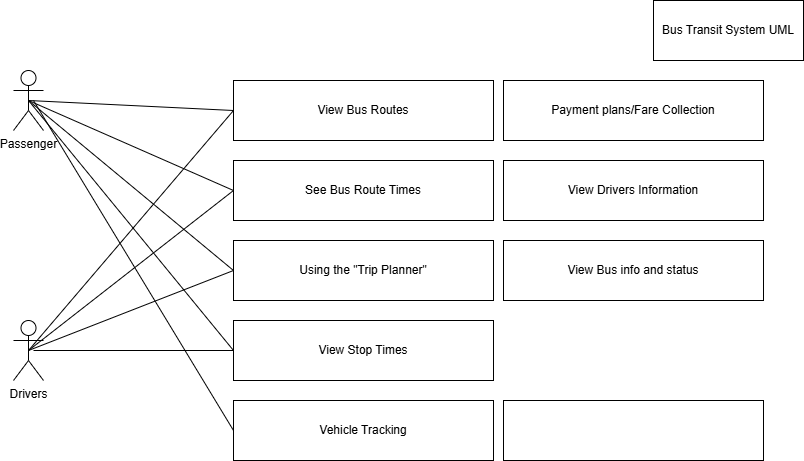
Above: UML Use Case - Bus Project.drawio.png in Krish123git/CSE111BusSchduleProj.UCM (draw.io), before the change. Source tidied: cells renumbered, new cells last; positions are measured from the earlier drawing's top-left corner, leaving out a move shared by most shapes.
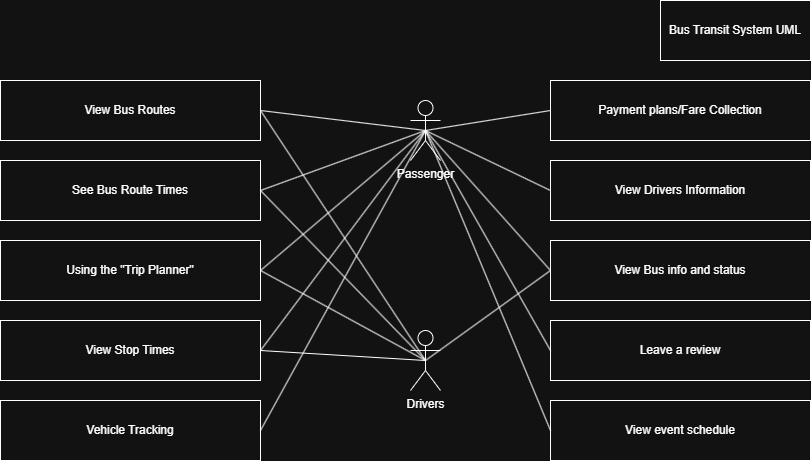
The same diagram one commit later.

Commit message:
Newer UML version

Change to the diagram source:
```diff
@@ -3,61 +3,55 @@
     <mxCell id="0" />
     <mxCell id="1" parent="0" />
     <mxCell id="2" value="Passenger" style="shape=umlActor;verticalLabelPosition=bottom;verticalAlign=top;html=1;outlineConnect=0;" parent="1" vertex="1">
-      <mxGeometry y="70" width="30" height="60" as="geometry" />
+      <mxGeometry x="350" y="100" width="30" height="60" as="geometry" />
     </mxCell>
     <mxCell id="3" value="Drivers" style="shape=umlActor;verticalLabelPosition=bottom;verticalAlign=top;html=1;outlineConnect=0;" parent="1" vertex="1">
-      <mxGeometry y="320" width="30" height="60" as="geometry" />
+      <mxGeometry x="350" y="330" width="30" height="60" as="geometry" />
     </mxCell>
     <mxCell id="4" value="View Bus Routes" style="rounded=0;whiteSpace=wrap;html=1;" parent="1" vertex="1">
-      <mxGeometry x="220" y="80" width="260" height="60" as="geometry" />
+      <mxGeometry x="-60" y="80" width="260" height="60" as="geometry" />
     </mxCell>
-    <mxCell id="5" style="endArrow=none;html=1;rounded=0;entryX=0;entryY=0.5;entryDx=0;entryDy=0;exitX=0.5;exitY=0.5;exitDx=0;exitDy=0;exitPerimeter=0;" parent="1" edge="1" source="3" target="4">
+    <mxCell id="5" style="endArrow=none;html=1;rounded=0;entryX=1;entryY=0.5;entryDx=0;entryDy=0;exitX=0.5;exitY=0.5;exitDx=0;exitDy=0;exitPerimeter=0;" parent="1" edge="1" source="3" target="4">
       <mxGeometry relative="1" as="geometry" />
     </mxCell>
-    <mxCell id="6" style="endArrow=none;html=1;rounded=0;entryX=0;entryY=0.5;entryDx=0;entryDy=0;exitX=0.5;exitY=0.5;exitDx=0;exitDy=0;exitPerimeter=0;" parent="1" edge="1" source="2" target="4">
+    <mxCell id="6" style="endArrow=none;html=1;rounded=0;exitX=0.5;exitY=0.5;exitDx=0;exitDy=0;exitPerimeter=0;entryX=1;entryY=0.5;entryDx=0;entryDy=0;" parent="1" edge="1" source="2" target="4">
       <mxGeometry relative="1" as="geometry" />
     </mxCell>
     <mxCell id="7" value="Using the &quot;Trip Planner&quot;" style="rounded=0;whiteSpace=wrap;html=1;" parent="1" vertex="1">
-      <mxGeometry x="220" y="240" width="260" height="60" as="geometry" />
+      <mxGeometry x="-60" y="240" width="260" height="60" as="geometry" />
     </mxCell>
     <mxCell id="8" value="See Bus Route Times" style="rounded=0;whiteSpace=wrap;html=1;" parent="1" vertex="1">
-      <mxGeometry x="220" y="160" width="260" height="60" as="geometry" />
+      <mxGeometry x="-60" y="160" width="260" height="60" as="geometry" />
     </mxCell>
-    <mxCell id="9" style="endArrow=none;html=1;rounded=0;entryX=0;entryY=0.5;entryDx=0;entryDy=0;exitX=0.5;exitY=0.5;exitDx=0;exitDy=0;exitPerimeter=0;" parent="1" edge="1" source="2" target="8">
+    <mxCell id="9" style="endArrow=none;html=1;rounded=0;entryX=1;entryY=0.5;entryDx=0;entryDy=0;exitX=0.5;exitY=0.5;exitDx=0;exitDy=0;exitPerimeter=0;" parent="1" edge="1" source="2" target="8">
       <mxGeometry relative="1" as="geometry" />
     </mxCell>
-    <mxCell id="10" style="endArrow=none;html=1;rounded=0;entryX=0.5;entryY=0.5;entryDx=0;entryDy=0;entryPerimeter=0;exitX=0;exitY=0.5;exitDx=0;exitDy=0;" parent="1" edge="1" source="7" target="2">
+    <mxCell id="10" style="endArrow=none;html=1;rounded=0;entryX=0.5;entryY=0.5;entryDx=0;entryDy=0;entryPerimeter=0;exitX=1;exitY=0.5;exitDx=0;exitDy=0;" parent="1" edge="1" source="7" target="2">
       <mxGeometry relative="1" as="geometry" />
     </mxCell>
-    <mxCell id="11" style="endArrow=none;html=1;rounded=0;entryX=0;entryY=0.5;entryDx=0;entryDy=0;exitX=0.5;exitY=0.5;exitDx=0;exitDy=0;exitPerimeter=0;" parent="1" edge="1" source="3" target="8">
+    <mxCell id="11" style="endArrow=none;html=1;rounded=0;entryX=1;entryY=0.5;entryDx=0;entryDy=0;exitX=0.5;exitY=0.5;exitDx=0;exitDy=0;exitPerimeter=0;" parent="1" edge="1" source="3" target="8">
       <mxGeometry relative="1" as="geometry" />
     </mxCell>
-    <mxCell id="12" style="endArrow=none;html=1;rounded=0;exitX=0.5;exitY=0.5;exitDx=0;exitDy=0;exitPerimeter=0;entryX=0;entryY=0.5;entryDx=0;entryDy=0;" parent="1" edge="1" source="3" target="7">
+    <mxCell id="12" style="endArrow=none;html=1;rounded=0;exitX=0.5;exitY=0.5;exitDx=0;exitDy=0;exitPerimeter=0;entryX=1;entryY=0.5;entryDx=0;entryDy=0;" parent="1" edge="1" source="3" target="7">
       <mxGeometry relative="1" as="geometry" />
     </mxCell>
     <mxCell id="13" value="Bus Transit System UML" style="rounded=0;whiteSpace=wrap;html=1;" parent="1" vertex="1">
-      <mxGeometry x="640" width="150" height="60" as="geometry" />
+      <mxGeometry x="600" width="150" height="60" as="geometry" />
     </mxCell>
     <mxCell id="14" value="View Stop Times" style="rounded=0;whiteSpace=wrap;html=1;" parent="1" vertex="1">
-      <mxGeometry x="220" y="320" width="260" height="60" as="geometry" />
+      <mxGeometry x="-60" y="320" width="260" height="60" as="geometry" />
     </mxCell>
-    <mxCell id="15" style="endArrow=none;html=1;rounded=0;exitX=0;exitY=0.5;exitDx=0;exitDy=0;entryX=0.5;entryY=0.5;entryDx=0;entryDy=0;entryPerimeter=0;" parent="1" edge="1" source="14" target="2">
+    <mxCell id="15" style="endArrow=none;html=1;rounded=0;exitX=1;exitY=0.5;exitDx=0;exitDy=0;entryX=0.5;entryY=0.5;entryDx=0;entryDy=0;entryPerimeter=0;" parent="1" edge="1" source="14" target="2">
       <mxGeometry relative="1" as="geometry" />
     </mxCell>
-    <mxCell id="16" style="endArrow=none;html=1;rounded=0;fontSize=12;startSize=8;endSize=8;curved=1;" parent="1" edge="1">
-      <mxGeometry relative="1" as="geometry">
-        <mxPoint x="20" y="350" as="sourcePoint" />
-        <mxPoint x="220" y="350" as="targetPoint" />
-      </mxGeometry>
+    <mxCell id="16" style="endArrow=none;html=1;rounded=0;fontSize=12;startSize=8;endSize=8;curved=1;exitX=0.5;exitY=0.5;exitDx=0;exitDy=0;exitPerimeter=0;entryX=1;entryY=0.5;entryDx=0;entryDy=0;" parent="1" edge="1" source="3" target="14">
+      <mxGeometry relative="1" as="geometry" />
     </mxCell>
     <mxCell id="17" value="Vehicle Tracking" style="rounded=0;whiteSpace=wrap;html=1;" parent="1" vertex="1">
-      <mxGeometry x="220" y="400" width="260" height="60" as="geometry" />
+      <mxGeometry x="-60" y="400" width="260" height="60" as="geometry" />
     </mxCell>
-    <mxCell id="18" style="endArrow=none;html=1;rounded=0;" parent="1" edge="1">
-      <mxGeometry relative="1" as="geometry">
-        <mxPoint x="220" y="430" as="sourcePoint" />
-        <mxPoint x="20" y="100" as="targetPoint" />
-      </mxGeometry>
+    <mxCell id="18" style="endArrow=none;html=1;rounded=0;entryX=0.5;entryY=0.5;entryDx=0;entryDy=0;entryPerimeter=0;exitX=1;exitY=0.5;exitDx=0;exitDy=0;" parent="1" edge="1" source="17" target="2">
+      <mxGeometry relative="1" as="geometry" />
     </mxCell>
     <mxCell id="19" value="Payment plans/Fare Collection" style="rounded=0;whiteSpace=wrap;html=1;" parent="1" vertex="1">
       <mxGeometry x="490" y="80" width="260" height="60" as="geometry" />
@@ -68,8 +62,29 @@
     <mxCell id="21" value="View Bus info and status" style="rounded=0;whiteSpace=wrap;html=1;" parent="1" vertex="1">
       <mxGeometry x="490" y="240" width="260" height="60" as="geometry" />
     </mxCell>
-    <mxCell id="22" style="rounded=0;whiteSpace=wrap;html=1;" parent="1" vertex="1">
-      <mxGeometry x="490" y="400" width="260" height="60" as="geometry" />
+    <mxCell id="22" value="Leave a review" style="rounded=0;whiteSpace=wrap;html=1;" parent="1" vertex="1">
+      <mxGeometry x="490" y="320" width="260" height="60" as="geometry" />
     </mxCell>
+    <mxCell id="23" style="endArrow=none;html=1;rounded=0;exitX=0;exitY=0.5;exitDx=0;exitDy=0;entryX=0.5;entryY=0.5;entryDx=0;entryDy=0;entryPerimeter=0;" parent="1" edge="1" source="19" target="2">
+      <mxGeometry relative="1" as="geometry" />
+    </mxCell>
+    <mxCell id="24" style="endArrow=none;html=1;rounded=0;exitX=0;exitY=0.5;exitDx=0;exitDy=0;entryX=0.5;entryY=0.5;entryDx=0;entryDy=0;entryPerimeter=0;" parent="1" edge="1" source="20" target="2">
+      <mxGeometry relative="1" as="geometry" />
+    </mxCell>
+    <mxCell id="25" style="endArrow=none;html=1;rounded=0;exitX=0;exitY=0.5;exitDx=0;exitDy=0;entryX=0.5;entryY=0.5;entryDx=0;entryDy=0;entryPerimeter=0;" parent="1" edge="1" source="21" target="3">
+      <mxGeometry relative="1" as="geometry" />
+    </mxCell>
+    <mxCell id="26" style="endArrow=none;html=1;rounded=0;exitX=0;exitY=0.5;exitDx=0;exitDy=0;entryX=0.5;entryY=0.5;entryDx=0;entryDy=0;entryPerimeter=0;" parent="1" edge="1" source="21" target="2">
+      <mxGeometry relative="1" as="geometry" />
+    </mxCell>
+    <mxCell id="27" style="endArrow=none;html=1;rounded=0;exitX=0;exitY=0.5;exitDx=0;exitDy=0;entryX=0.5;entryY=0.5;entryDx=0;entryDy=0;entryPerimeter=0;" parent="1" edge="1" source="22" target="2">
+      <mxGeometry relative="1" as="geometry" />
+    </mxCell>
+    <mxCell id="28" value="View event schedule" style="rounded=0;whiteSpace=wrap;html=1;" parent="1" vertex="1">
+      <mxGeometry x="490" y="400" width="260" height="60" as="geometry" />
+    </mxCell>
+    <mxCell id="29" style="endArrow=none;html=1;rounded=0;exitX=0;exitY=0.5;exitDx=0;exitDy=0;entryX=0.5;entryY=0.5;entryDx=0;entryDy=0;entryPerimeter=0;" parent="1" edge="1" source="28" target="2">
+      <mxGeometry relative="1" as="geometry" />
+    </mxCell>
   </root>
 </mxGraphModel>
```
